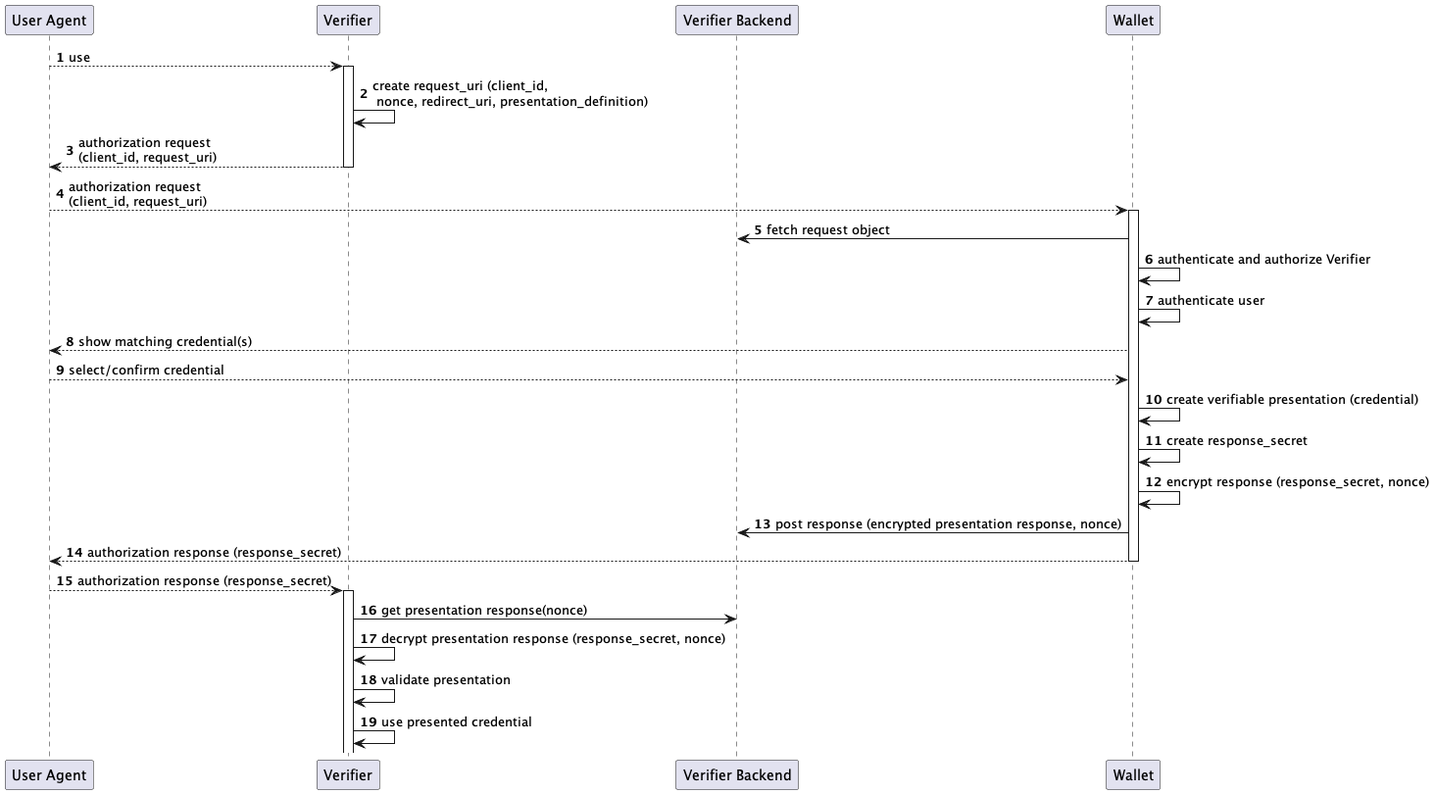
The PlantUML diagram out/openid-4-verifiable-presentations/diagrams/presentation_same_device_parm/presentation_same_device_parm.png in openid/connect, before a commit.
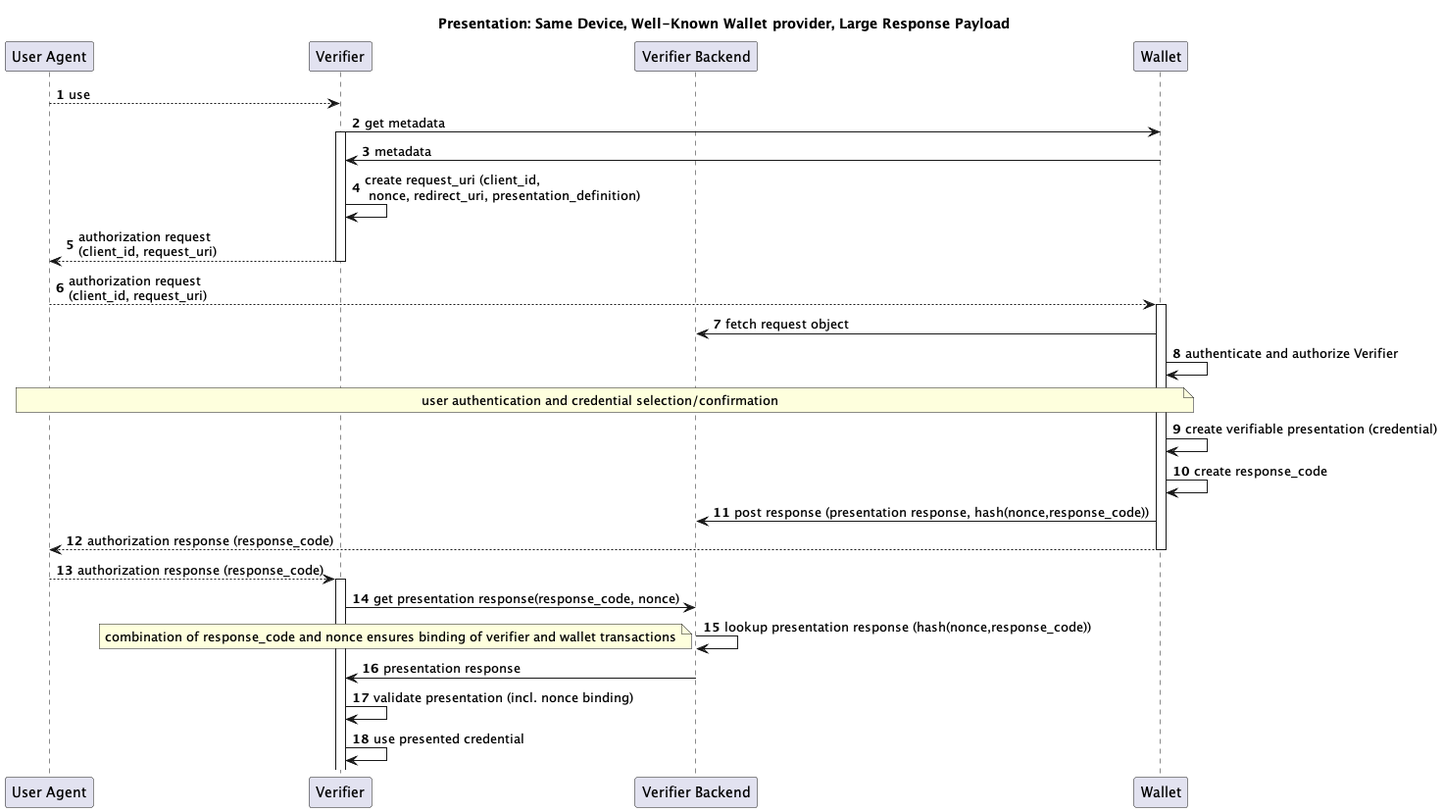
Above is the later version.

The edit, as a diff of the source:
```diff
@@ -1,6 +1,8 @@
 @startuml
 
 autonumber
+
+title "Presentation: Same Device, Well-Known Wallet provider, Large Response Payload"
 
 participant "User Agent" as u
 
@@ -11,7 +13,9 @@
 participant "Wallet" as w
 
 u --> r : use
+r -> w: get metadata
 activate r
+w -> r: metadata
 r -> r: create request_uri (client_id,\n nonce, redirect_uri, presentation_definition)
 r --> u: authorization request\n(client_id, request_uri)
 deactivate r
@@ -19,20 +23,20 @@
 activate w
 w -> rb: fetch request object
 w -> w: authenticate and authorize Verifier
-w -> w: authenticate user
 
-w --> u: show matching credential(s)
-u --> w: select/confirm credential
+note over u, w: user authentication and credential selection/confirmation
+
 w -> w: create verifiable presentation (credential)
-w -> w: create response_secret
-w -> w: encrypt response (response_secret, nonce)
-w -> rb: post response (encrypted presentation response, nonce)
-w --> u: authorization response (response_secret)
+w -> w: create response_code
+w -> rb: post response (presentation response, hash(nonce,response_code))
+w --> u: authorization response (response_code)
 deactivate w
-u --> r: authorization response (response_secret)
+u --> r: authorization response (response_code)
 activate r
-r -> rb: get presentation response(nonce)
-r -> r: decrypt presentation response (response_secret, nonce)
-r -> r: validate presentation
+r -> rb: get presentation response(response_code, nonce)
+rb -> rb: lookup presentation response (hash(nonce,response_code))
+note left: combination of response_code and nonce ensures binding of verifier and wallet transactions
+rb -> r: presentation response
+r -> r: validate presentation (incl. nonce binding)
 r -> r: use presented credential
 @enduml
```
